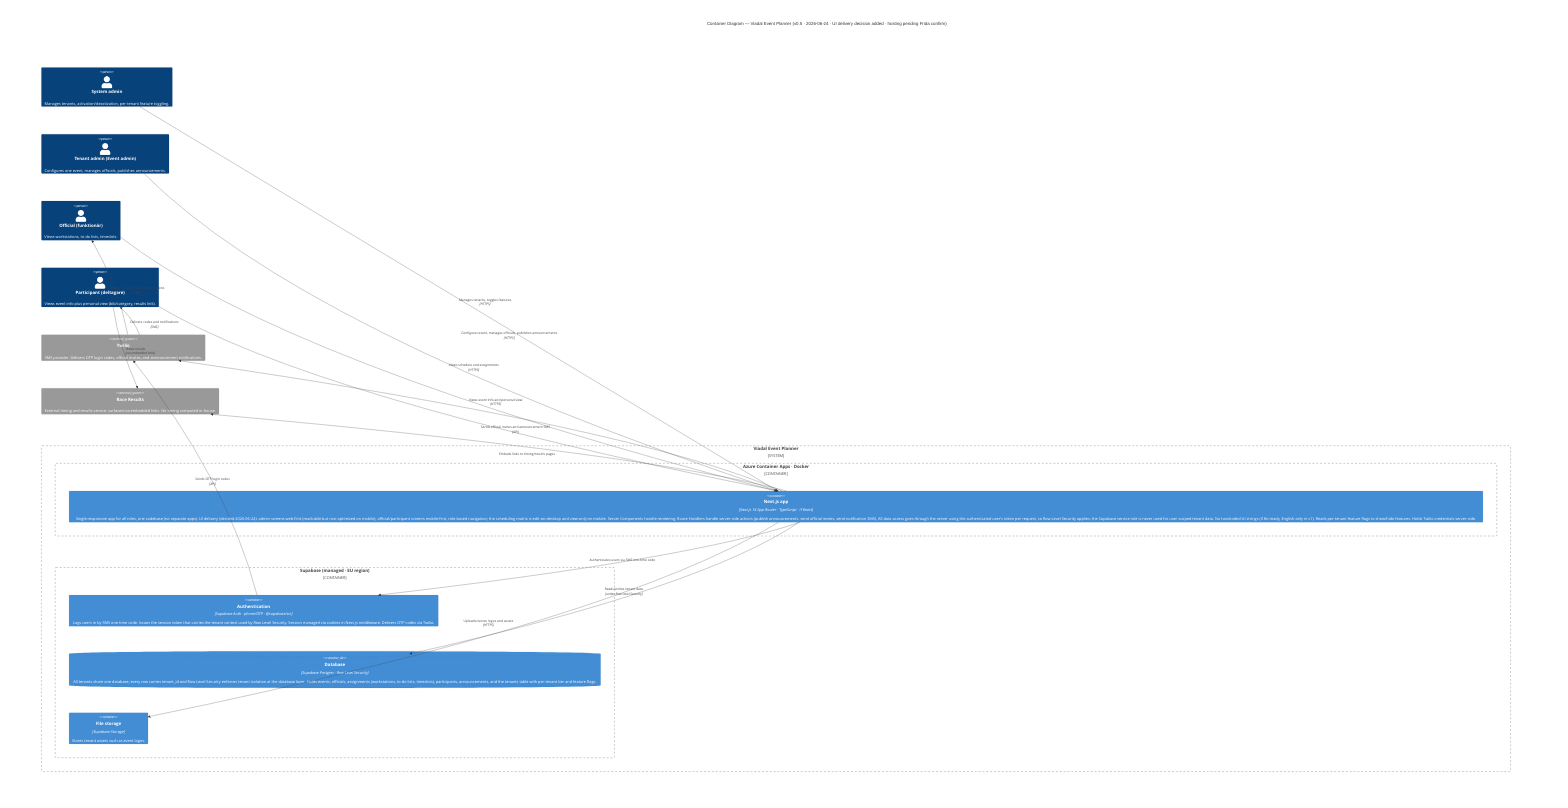
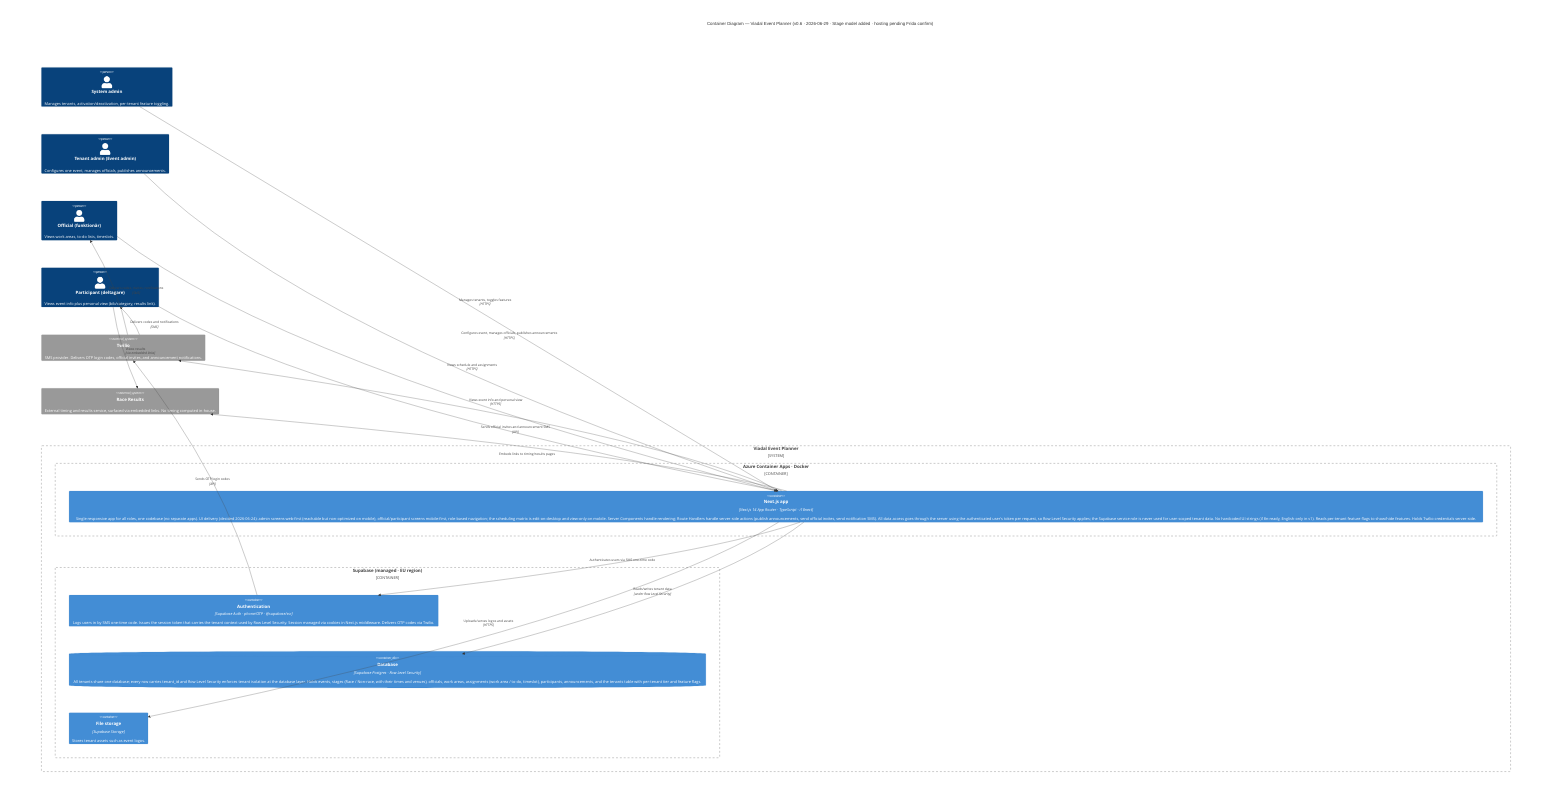
C4Container
-     title Container Diagram — Viadal Event Planner (v0.5 · 2026-06-24 · UI delivery decision added · hosting pending Frida confirm)
+     title Container Diagram — Viadal Event Planner (v0.6 · 2026-06-29 · Stage model added · hosting pending Frida confirm)

    Person(systemadmin, "System admin", "Manages tenants, activation/deactivation, per-tenant feature toggling.")
    Person(tenantadmin, "Tenant admin (Event admin)", "Configures one event, manages officials, publishes announcements.")
-     Person(official, "Official (funktionär)", "Views workstations, to-do lists, timeslots.")
+     Person(official, "Official (funktionär)", "Views work areas, to-do lists, timeslots.")
    Person(participant, "Participant (deltagare)", "Views event info plus personal view (bib/category, results link).")

    System_Boundary(platform, "Viadal Event Planner") {
        Container_Boundary(deploy, "Azure Container Apps · Docker") {
            Container(nextjs, "Next.js app", "Next.js 14 App Router · TypeScript · i18next", "Single responsive app for all roles, one codebase (no separate apps). UI delivery (decided 2026-06-24): admin screens web-first (reachable but non-optimized on mobile), official/participant screens mobile-first, role-based navigation; the scheduling matrix is edit-on-desktop and view-only on mobile. Server Components handle rendering; Route Handlers handle server-side actions (publish announcements, send official invites, send notification SMS). All data access goes through the server using the authenticated user's token per request, so Row Level Security applies; the Supabase service role is never used for user-scoped tenant data. No hardcoded UI strings (i18n-ready, English-only in v1). Reads per-tenant feature flags to show/hide features. Holds Twilio credentials server-side.")
        }
        Container_Boundary(supa, "Supabase (managed · EU region)") {
            Container(auth, "Authentication", "Supabase Auth · phone/OTP · @supabase/ssr", "Logs users in by SMS one-time code. Issues the session token that carries the tenant context used by Row Level Security. Session managed via cookies in Next.js middleware. Delivers OTP codes via Twilio.")
-             ContainerDb(db, "Database", "Supabase Postgres · Row Level Security", "All tenants share one database; every row carries tenant_id and Row Level Security enforces tenant isolation at the database layer. Holds events, officials, assignments (workstations, to-do lists, timeslots), participants, announcements, and the tenants table with per-tenant tier and feature flags.")
+             ContainerDb(db, "Database", "Supabase Postgres · Row Level Security", "All tenants share one database; every row carries tenant_id and Row Level Security enforces tenant isolation at the database layer. Holds events, stages (Race / Non-race, with their times and venues), officials, work areas, assignments (work area / to-do, timeslot), participants, announcements, and the tenants table with per-tenant tier and feature flags.")
            Container(storage, "File storage", "Supabase Storage", "Stores tenant assets such as event logos.")
        }
    }

    System_Ext(twilio, "Twilio", "SMS provider. Delivers OTP login codes, official invites, and announcement notifications.")
    System_Ext(raceresults, "Race Results", "External timing and results service, surfaced via embedded links. No timing computed in-house.")

    Rel(systemadmin, nextjs, "Manages tenants, toggles features", "HTTPS")
    Rel(tenantadmin, nextjs, "Configures event, manages officials, publishes announcements", "HTTPS")
    Rel(official, nextjs, "Views schedule and assignments", "HTTPS")
    Rel(participant, nextjs, "Views event info and personal view", "HTTPS")

    Rel(nextjs, auth, "Authenticates users via SMS one-time code")
    Rel(nextjs, db, "Reads/writes tenant data", "under Row Level Security")
    Rel(nextjs, storage, "Uploads/serves logos and assets", "HTTPS")
    Rel(nextjs, twilio, "Sends official invites and announcement SMS", "API")
    Rel(nextjs, raceresults, "Embeds links to timing/results pages")

    Rel(auth, twilio, "Sends OTP login codes", "API")

    Rel(twilio, official, "Delivers codes, invites, notifications", "SMS")
    Rel(twilio, participant, "Delivers codes and notifications", "SMS")

    Rel(participant, raceresults, "Views results", "via embedded links")

    UpdateLayoutConfig($c4ShapeInRow="3", $c4BoundaryInRow="1")
